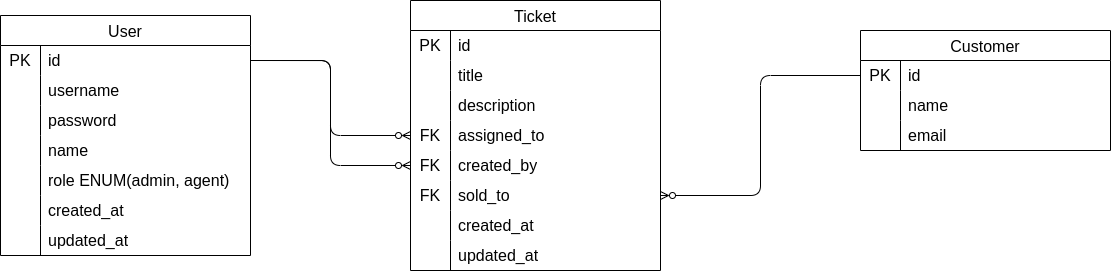
The draw.io diagram diagrams/erd.drawio.png in MoWafy001/softxpert-tickets-django, before a commit. Source tidied: cells renumbered, new cells last; positions are measured from the earlier drawing's top-left corner, leaving out a move shared by most shapes. Its diagram source:
```xml
<mxGraphModel>
  <root>
    <mxCell id="0" />
    <mxCell id="1" parent="0" />
    <mxCell id="2" value="User" style="shape=table;startSize=30;rowLines=0;fontStyle=0;strokeColor=default;fontSize=16;" parent="1" vertex="1">
      <mxGeometry y="15" width="250" height="240" as="geometry" />
    </mxCell>
    <mxCell id="3" style="shape=tableRow;horizontal=0;startSize=0;swimlaneHead=0;swimlaneBody=0;top=0;left=0;bottom=0;right=0;fillColor=none;points=[[0,0.5],[1,0.5]];portConstraint=eastwest;strokeColor=inherit;fontSize=16;" parent="2" vertex="1">
      <mxGeometry y="30" width="250" height="30" as="geometry" />
    </mxCell>
    <mxCell id="4" value="PK" style="shape=partialRectangle;html=1;whiteSpace=wrap;fillColor=none;top=0;left=0;bottom=0;right=0;overflow=hidden;strokeColor=inherit;fontSize=16;" parent="3" vertex="1">
      <mxGeometry width="40" height="30" as="geometry" />
    </mxCell>
    <mxCell id="5" value="id" style="shape=partialRectangle;html=1;whiteSpace=wrap;fillColor=none;top=0;left=0;bottom=0;right=0;align=left;spacingLeft=6;overflow=hidden;strokeColor=inherit;fontSize=16;" parent="3" vertex="1">
      <mxGeometry x="40" width="210" height="30" as="geometry" />
    </mxCell>
    <mxCell id="6" style="shape=tableRow;horizontal=0;startSize=0;swimlaneHead=0;swimlaneBody=0;top=0;left=0;bottom=0;right=0;fillColor=none;strokeColor=inherit;fontSize=16;" parent="2" vertex="1">
      <mxGeometry y="60" width="250" height="30" as="geometry" />
    </mxCell>
    <mxCell id="7" style="shape=partialRectangle;html=1;whiteSpace=wrap;fillColor=none;top=0;left=0;bottom=0;right=0;overflow=hidden;strokeColor=inherit;fontSize=16;" parent="6" vertex="1">
      <mxGeometry width="40" height="30" as="geometry" />
    </mxCell>
    <mxCell id="8" value="username" style="shape=partialRectangle;html=1;whiteSpace=wrap;fillColor=none;top=0;left=0;bottom=0;right=0;align=left;spacingLeft=6;overflow=hidden;strokeColor=inherit;fontSize=16;" parent="6" vertex="1">
      <mxGeometry x="40" width="210" height="30" as="geometry" />
    </mxCell>
    <mxCell id="9" style="shape=tableRow;horizontal=0;startSize=0;swimlaneHead=0;swimlaneBody=0;top=0;left=0;bottom=0;right=0;fillColor=none;strokeColor=inherit;fontSize=16;" parent="2" vertex="1">
      <mxGeometry y="90" width="250" height="30" as="geometry" />
    </mxCell>
    <mxCell id="10" style="shape=partialRectangle;html=1;whiteSpace=wrap;fillColor=none;top=0;left=0;bottom=0;right=0;overflow=hidden;strokeColor=inherit;fontSize=16;" parent="9" vertex="1">
      <mxGeometry width="40" height="30" as="geometry" />
    </mxCell>
    <mxCell id="11" value="password" style="shape=partialRectangle;html=1;whiteSpace=wrap;fillColor=none;top=0;left=0;bottom=0;right=0;align=left;spacingLeft=6;overflow=hidden;strokeColor=inherit;fontSize=16;" parent="9" vertex="1">
      <mxGeometry x="40" width="210" height="30" as="geometry" />
    </mxCell>
    <mxCell id="12" style="shape=tableRow;horizontal=0;startSize=0;swimlaneHead=0;swimlaneBody=0;top=0;left=0;bottom=0;right=0;fillColor=none;strokeColor=inherit;fontSize=16;" parent="2" vertex="1">
      <mxGeometry y="120" width="250" height="30" as="geometry" />
    </mxCell>
    <mxCell id="13" style="shape=partialRectangle;html=1;whiteSpace=wrap;fillColor=none;top=0;left=0;bottom=0;right=0;overflow=hidden;strokeColor=inherit;fontSize=16;" parent="12" vertex="1">
      <mxGeometry width="40" height="30" as="geometry" />
    </mxCell>
    <mxCell id="14" value="name" style="shape=partialRectangle;html=1;whiteSpace=wrap;fillColor=none;top=0;left=0;bottom=0;right=0;align=left;spacingLeft=6;overflow=hidden;strokeColor=inherit;fontSize=16;" parent="12" vertex="1">
      <mxGeometry x="40" width="210" height="30" as="geometry" />
    </mxCell>
    <mxCell id="15" style="shape=tableRow;horizontal=0;startSize=0;swimlaneHead=0;swimlaneBody=0;top=0;left=0;bottom=0;right=0;fillColor=none;strokeColor=inherit;fontSize=16;" parent="2" vertex="1">
      <mxGeometry y="150" width="250" height="30" as="geometry" />
    </mxCell>
    <mxCell id="16" style="shape=partialRectangle;html=1;whiteSpace=wrap;fillColor=none;top=0;left=0;bottom=0;right=0;overflow=hidden;strokeColor=inherit;fontSize=16;" parent="15" vertex="1">
      <mxGeometry width="40" height="30" as="geometry" />
    </mxCell>
    <mxCell id="17" value="role ENUM(admin, agent)" style="shape=partialRectangle;html=1;whiteSpace=wrap;fillColor=none;top=0;left=0;bottom=0;right=0;align=left;spacingLeft=6;overflow=hidden;strokeColor=inherit;fontSize=16;" parent="15" vertex="1">
      <mxGeometry x="40" width="210" height="30" as="geometry" />
    </mxCell>
    <mxCell id="18" style="shape=tableRow;horizontal=0;startSize=0;swimlaneHead=0;swimlaneBody=0;top=0;left=0;bottom=0;right=0;fillColor=none;strokeColor=inherit;fontSize=16;" parent="2" vertex="1">
      <mxGeometry y="180" width="250" height="30" as="geometry" />
    </mxCell>
    <mxCell id="19" style="shape=partialRectangle;html=1;whiteSpace=wrap;fillColor=none;top=0;left=0;bottom=0;right=0;overflow=hidden;strokeColor=inherit;fontSize=16;" parent="18" vertex="1">
      <mxGeometry width="40" height="30" as="geometry" />
    </mxCell>
    <mxCell id="20" value="created_at" style="shape=partialRectangle;html=1;whiteSpace=wrap;fillColor=none;top=0;left=0;bottom=0;right=0;align=left;spacingLeft=6;overflow=hidden;strokeColor=inherit;fontSize=16;" parent="18" vertex="1">
      <mxGeometry x="40" width="210" height="30" as="geometry" />
    </mxCell>
    <mxCell id="21" style="shape=tableRow;horizontal=0;startSize=0;swimlaneHead=0;swimlaneBody=0;top=0;left=0;bottom=0;right=0;fillColor=none;strokeColor=inherit;fontSize=16;" parent="2" vertex="1">
      <mxGeometry y="210" width="250" height="30" as="geometry" />
    </mxCell>
    <mxCell id="22" style="shape=partialRectangle;html=1;whiteSpace=wrap;fillColor=none;top=0;left=0;bottom=0;right=0;overflow=hidden;strokeColor=inherit;fontSize=16;" parent="21" vertex="1">
      <mxGeometry width="40" height="30" as="geometry" />
    </mxCell>
    <mxCell id="23" value="updated_at" style="shape=partialRectangle;html=1;whiteSpace=wrap;fillColor=none;top=0;left=0;bottom=0;right=0;align=left;spacingLeft=6;overflow=hidden;strokeColor=inherit;fontSize=16;" parent="21" vertex="1">
      <mxGeometry x="40" width="210" height="30" as="geometry" />
    </mxCell>
    <mxCell id="24" value="Ticket" style="shape=table;startSize=30;rowLines=0;fontStyle=0;strokeColor=default;fontSize=16;" parent="1" vertex="1">
      <mxGeometry x="410" width="250" height="270" as="geometry" />
    </mxCell>
    <mxCell id="25" style="shape=tableRow;horizontal=0;startSize=0;swimlaneHead=0;swimlaneBody=0;top=0;left=0;bottom=0;right=0;fillColor=none;strokeColor=inherit;fontSize=16;" parent="24" vertex="1">
      <mxGeometry y="30" width="250" height="30" as="geometry" />
    </mxCell>
    <mxCell id="26" value="PK" style="shape=partialRectangle;html=1;whiteSpace=wrap;fillColor=none;top=0;left=0;bottom=0;right=0;overflow=hidden;strokeColor=inherit;fontSize=16;" parent="25" vertex="1">
      <mxGeometry width="40" height="30" as="geometry" />
    </mxCell>
    <mxCell id="27" value="id" style="shape=partialRectangle;html=1;whiteSpace=wrap;fillColor=none;top=0;left=0;bottom=0;right=0;align=left;spacingLeft=6;overflow=hidden;strokeColor=inherit;fontSize=16;" parent="25" vertex="1">
      <mxGeometry x="40" width="210" height="30" as="geometry" />
    </mxCell>
    <mxCell id="28" style="shape=tableRow;horizontal=0;startSize=0;swimlaneHead=0;swimlaneBody=0;top=0;left=0;bottom=0;right=0;fillColor=none;strokeColor=inherit;fontSize=16;" parent="24" vertex="1">
      <mxGeometry y="60" width="250" height="30" as="geometry" />
    </mxCell>
    <mxCell id="29" style="shape=partialRectangle;html=1;whiteSpace=wrap;fillColor=none;top=0;left=0;bottom=0;right=0;overflow=hidden;strokeColor=inherit;fontSize=16;" parent="28" vertex="1">
      <mxGeometry width="40" height="30" as="geometry" />
    </mxCell>
    <mxCell id="30" value="title" style="shape=partialRectangle;html=1;whiteSpace=wrap;fillColor=none;top=0;left=0;bottom=0;right=0;align=left;spacingLeft=6;overflow=hidden;strokeColor=inherit;fontSize=16;" parent="28" vertex="1">
      <mxGeometry x="40" width="210" height="30" as="geometry" />
    </mxCell>
    <mxCell id="31" style="shape=tableRow;horizontal=0;startSize=0;swimlaneHead=0;swimlaneBody=0;top=0;left=0;bottom=0;right=0;fillColor=none;strokeColor=inherit;fontSize=16;" parent="24" vertex="1">
      <mxGeometry y="90" width="250" height="30" as="geometry" />
    </mxCell>
    <mxCell id="32" style="shape=partialRectangle;html=1;whiteSpace=wrap;fillColor=none;top=0;left=0;bottom=0;right=0;overflow=hidden;strokeColor=inherit;fontSize=16;" parent="31" vertex="1">
      <mxGeometry width="40" height="30" as="geometry" />
    </mxCell>
    <mxCell id="33" value="description" style="shape=partialRectangle;html=1;whiteSpace=wrap;fillColor=none;top=0;left=0;bottom=0;right=0;align=left;spacingLeft=6;overflow=hidden;strokeColor=inherit;fontSize=16;" parent="31" vertex="1">
      <mxGeometry x="40" width="210" height="30" as="geometry" />
    </mxCell>
    <mxCell id="34" style="shape=tableRow;horizontal=0;startSize=0;swimlaneHead=0;swimlaneBody=0;top=0;left=0;bottom=0;right=0;fillColor=none;points=[[0,0.5],[1,0.5]];portConstraint=eastwest;strokeColor=inherit;fontSize=16;" parent="24" vertex="1">
      <mxGeometry y="120" width="250" height="30" as="geometry" />
    </mxCell>
    <mxCell id="35" value="FK" style="shape=partialRectangle;html=1;whiteSpace=wrap;fillColor=none;top=0;left=0;bottom=0;right=0;overflow=hidden;strokeColor=inherit;fontSize=16;" parent="34" vertex="1">
      <mxGeometry width="40" height="30" as="geometry" />
    </mxCell>
    <mxCell id="36" value="assigned_to" style="shape=partialRectangle;html=1;whiteSpace=wrap;fillColor=none;top=0;left=0;bottom=0;right=0;align=left;spacingLeft=6;overflow=hidden;strokeColor=inherit;fontSize=16;" parent="34" vertex="1">
      <mxGeometry x="40" width="210" height="30" as="geometry" />
    </mxCell>
    <mxCell id="37" style="shape=tableRow;horizontal=0;startSize=0;swimlaneHead=0;swimlaneBody=0;top=0;left=0;bottom=0;right=0;fillColor=none;points=[[0,0.5],[1,0.5]];portConstraint=eastwest;strokeColor=inherit;fontSize=16;" parent="24" vertex="1">
      <mxGeometry y="150" width="250" height="30" as="geometry" />
    </mxCell>
    <mxCell id="38" value="FK" style="shape=partialRectangle;html=1;whiteSpace=wrap;fillColor=none;top=0;left=0;bottom=0;right=0;overflow=hidden;strokeColor=inherit;fontSize=16;" parent="37" vertex="1">
      <mxGeometry width="40" height="30" as="geometry" />
    </mxCell>
    <mxCell id="39" value="created_by" style="shape=partialRectangle;html=1;whiteSpace=wrap;fillColor=none;top=0;left=0;bottom=0;right=0;align=left;spacingLeft=6;overflow=hidden;strokeColor=inherit;fontSize=16;" parent="37" vertex="1">
      <mxGeometry x="40" width="210" height="30" as="geometry" />
    </mxCell>
    <mxCell id="40" style="shape=tableRow;horizontal=0;startSize=0;swimlaneHead=0;swimlaneBody=0;top=0;left=0;bottom=0;right=0;fillColor=none;points=[[0,0.5],[1,0.5]];portConstraint=eastwest;strokeColor=inherit;fontSize=16;" parent="24" vertex="1">
      <mxGeometry y="180" width="250" height="30" as="geometry" />
    </mxCell>
    <mxCell id="41" value="FK" style="shape=partialRectangle;html=1;whiteSpace=wrap;fillColor=none;top=0;left=0;bottom=0;right=0;overflow=hidden;strokeColor=inherit;fontSize=16;" parent="40" vertex="1">
      <mxGeometry width="40" height="30" as="geometry" />
    </mxCell>
    <mxCell id="42" value="sold_to" style="shape=partialRectangle;html=1;whiteSpace=wrap;fillColor=none;top=0;left=0;bottom=0;right=0;align=left;spacingLeft=6;overflow=hidden;strokeColor=inherit;fontSize=16;" parent="40" vertex="1">
      <mxGeometry x="40" width="210" height="30" as="geometry" />
    </mxCell>
    <mxCell id="43" style="shape=tableRow;horizontal=0;startSize=0;swimlaneHead=0;swimlaneBody=0;top=0;left=0;bottom=0;right=0;fillColor=none;strokeColor=inherit;fontSize=16;" parent="24" vertex="1">
      <mxGeometry y="210" width="250" height="30" as="geometry" />
    </mxCell>
    <mxCell id="44" style="shape=partialRectangle;html=1;whiteSpace=wrap;fillColor=none;top=0;left=0;bottom=0;right=0;overflow=hidden;strokeColor=inherit;fontSize=16;" parent="43" vertex="1">
      <mxGeometry width="40" height="30" as="geometry" />
    </mxCell>
    <mxCell id="45" value="created_at" style="shape=partialRectangle;html=1;whiteSpace=wrap;fillColor=none;top=0;left=0;bottom=0;right=0;align=left;spacingLeft=6;overflow=hidden;strokeColor=inherit;fontSize=16;" parent="43" vertex="1">
      <mxGeometry x="40" width="210" height="30" as="geometry" />
    </mxCell>
    <mxCell id="46" style="shape=tableRow;horizontal=0;startSize=0;swimlaneHead=0;swimlaneBody=0;top=0;left=0;bottom=0;right=0;fillColor=none;strokeColor=inherit;fontSize=16;" parent="24" vertex="1">
      <mxGeometry y="240" width="250" height="30" as="geometry" />
    </mxCell>
    <mxCell id="47" style="shape=partialRectangle;html=1;whiteSpace=wrap;fillColor=none;top=0;left=0;bottom=0;right=0;overflow=hidden;strokeColor=inherit;fontSize=16;" parent="46" vertex="1">
      <mxGeometry width="40" height="30" as="geometry" />
    </mxCell>
    <mxCell id="48" value="updated_at" style="shape=partialRectangle;html=1;whiteSpace=wrap;fillColor=none;top=0;left=0;bottom=0;right=0;align=left;spacingLeft=6;overflow=hidden;strokeColor=inherit;fontSize=16;" parent="46" vertex="1">
      <mxGeometry x="40" width="210" height="30" as="geometry" />
    </mxCell>
    <mxCell id="49" style="edgeStyle=orthogonalEdgeStyle;html=1;entryX=1;entryY=0.5;entryDx=0;entryDy=0;exitX=0;exitY=0.5;exitDx=0;exitDy=0;startArrow=ERzeroToMany;startFill=0;endArrow=none;endFill=0;" parent="1" edge="1" source="34" target="3">
      <mxGeometry relative="1" as="geometry" />
    </mxCell>
    <mxCell id="50" style="edgeStyle=orthogonalEdgeStyle;shape=connector;rounded=1;html=1;entryX=1;entryY=0.5;entryDx=0;entryDy=0;strokeColor=default;align=center;verticalAlign=middle;fontFamily=Helvetica;fontSize=11;fontColor=default;labelBackgroundColor=default;endArrow=none;startArrow=ERzeroToMany;startFill=0;endFill=0;" parent="1" edge="1" source="37" target="3">
      <mxGeometry relative="1" as="geometry" />
    </mxCell>
    <mxCell id="51" value="Customer" style="shape=table;startSize=30;rowLines=0;fontStyle=0;strokeColor=default;fontSize=16;" parent="1" vertex="1">
      <mxGeometry x="860" y="30" width="250" height="120" as="geometry" />
    </mxCell>
    <mxCell id="52" style="shape=tableRow;horizontal=0;startSize=0;swimlaneHead=0;swimlaneBody=0;top=0;left=0;bottom=0;right=0;fillColor=none;points=[[0,0.5],[1,0.5]];portConstraint=eastwest;strokeColor=inherit;fontSize=16;" parent="51" vertex="1">
      <mxGeometry y="30" width="250" height="30" as="geometry" />
    </mxCell>
    <mxCell id="53" value="PK" style="shape=partialRectangle;html=1;whiteSpace=wrap;fillColor=none;top=0;left=0;bottom=0;right=0;overflow=hidden;strokeColor=inherit;fontSize=16;" parent="52" vertex="1">
      <mxGeometry width="40" height="30" as="geometry" />
    </mxCell>
    <mxCell id="54" value="id" style="shape=partialRectangle;html=1;whiteSpace=wrap;fillColor=none;top=0;left=0;bottom=0;right=0;align=left;spacingLeft=6;overflow=hidden;strokeColor=inherit;fontSize=16;" parent="52" vertex="1">
      <mxGeometry x="40" width="210" height="30" as="geometry" />
    </mxCell>
    <mxCell id="55" style="shape=tableRow;horizontal=0;startSize=0;swimlaneHead=0;swimlaneBody=0;top=0;left=0;bottom=0;right=0;fillColor=none;strokeColor=inherit;fontSize=16;" parent="51" vertex="1">
      <mxGeometry y="60" width="250" height="30" as="geometry" />
    </mxCell>
    <mxCell id="56" style="shape=partialRectangle;html=1;whiteSpace=wrap;fillColor=none;top=0;left=0;bottom=0;right=0;overflow=hidden;strokeColor=inherit;fontSize=16;" parent="55" vertex="1">
      <mxGeometry width="40" height="30" as="geometry" />
    </mxCell>
    <mxCell id="57" value="name" style="shape=partialRectangle;html=1;whiteSpace=wrap;fillColor=none;top=0;left=0;bottom=0;right=0;align=left;spacingLeft=6;overflow=hidden;strokeColor=inherit;fontSize=16;" parent="55" vertex="1">
      <mxGeometry x="40" width="210" height="30" as="geometry" />
    </mxCell>
    <mxCell id="58" style="shape=tableRow;horizontal=0;startSize=0;swimlaneHead=0;swimlaneBody=0;top=0;left=0;bottom=0;right=0;fillColor=none;strokeColor=inherit;fontSize=16;" parent="51" vertex="1">
      <mxGeometry y="90" width="250" height="30" as="geometry" />
    </mxCell>
    <mxCell id="59" style="shape=partialRectangle;html=1;whiteSpace=wrap;fillColor=none;top=0;left=0;bottom=0;right=0;overflow=hidden;strokeColor=inherit;fontSize=16;" parent="58" vertex="1">
      <mxGeometry width="40" height="30" as="geometry" />
    </mxCell>
    <mxCell id="60" value="email" style="shape=partialRectangle;html=1;whiteSpace=wrap;fillColor=none;top=0;left=0;bottom=0;right=0;align=left;spacingLeft=6;overflow=hidden;strokeColor=inherit;fontSize=16;" parent="58" vertex="1">
      <mxGeometry x="40" width="210" height="30" as="geometry" />
    </mxCell>
    <mxCell id="61" style="edgeStyle=orthogonalEdgeStyle;shape=connector;rounded=1;html=1;entryX=0;entryY=0.5;entryDx=0;entryDy=0;strokeColor=default;align=center;verticalAlign=middle;fontFamily=Helvetica;fontSize=11;fontColor=default;labelBackgroundColor=default;endArrow=none;endFill=0;startArrow=ERzeroToMany;startFill=0;" parent="1" edge="1" source="40" target="52">
      <mxGeometry relative="1" as="geometry" />
    </mxCell>
  </root>
</mxGraphModel>
```
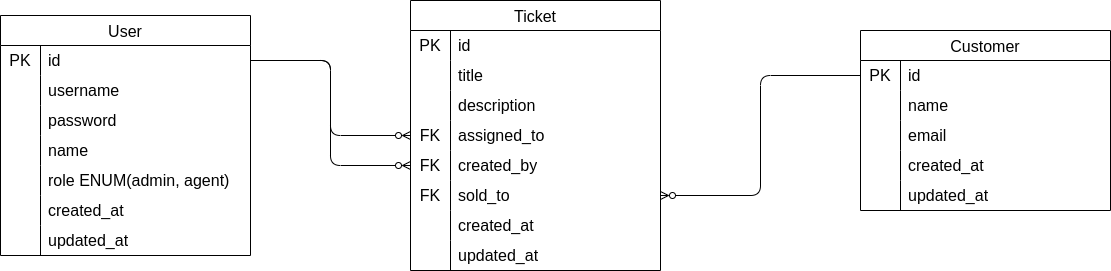
Later version of the same file.

Commit message:
feat: add customer seeding functionality to the seed_all command

Change to the diagram source:
```diff
@@ -150,7 +150,7 @@
       <mxGeometry relative="1" as="geometry" />
     </mxCell>
     <mxCell id="51" value="Customer" style="shape=table;startSize=30;rowLines=0;fontStyle=0;strokeColor=default;fontSize=16;" parent="1" vertex="1">
-      <mxGeometry x="860" y="30" width="250" height="120" as="geometry" />
+      <mxGeometry x="860" y="30" width="250" height="180" as="geometry" />
     </mxCell>
     <mxCell id="52" style="shape=tableRow;horizontal=0;startSize=0;swimlaneHead=0;swimlaneBody=0;top=0;left=0;bottom=0;right=0;fillColor=none;points=[[0,0.5],[1,0.5]];portConstraint=eastwest;strokeColor=inherit;fontSize=16;" parent="51" vertex="1">
       <mxGeometry y="30" width="250" height="30" as="geometry" />
@@ -179,6 +179,24 @@
     <mxCell id="60" value="email" style="shape=partialRectangle;html=1;whiteSpace=wrap;fillColor=none;top=0;left=0;bottom=0;right=0;align=left;spacingLeft=6;overflow=hidden;strokeColor=inherit;fontSize=16;" parent="58" vertex="1">
       <mxGeometry x="40" width="210" height="30" as="geometry" />
     </mxCell>
+    <mxCell id="62" style="shape=tableRow;horizontal=0;startSize=0;swimlaneHead=0;swimlaneBody=0;top=0;left=0;bottom=0;right=0;fillColor=none;strokeColor=inherit;fontSize=16;" parent="51" vertex="1">
+      <mxGeometry y="120" width="250" height="30" as="geometry" />
+    </mxCell>
+    <mxCell id="63" style="shape=partialRectangle;html=1;whiteSpace=wrap;fillColor=none;top=0;left=0;bottom=0;right=0;overflow=hidden;strokeColor=inherit;fontSize=16;" parent="62" vertex="1">
+      <mxGeometry width="40" height="30" as="geometry" />
+    </mxCell>
+    <mxCell id="64" value="created_at" style="shape=partialRectangle;html=1;whiteSpace=wrap;fillColor=none;top=0;left=0;bottom=0;right=0;align=left;spacingLeft=6;overflow=hidden;strokeColor=inherit;fontSize=16;" parent="62" vertex="1">
+      <mxGeometry x="40" width="210" height="30" as="geometry" />
+    </mxCell>
+    <mxCell id="65" style="shape=tableRow;horizontal=0;startSize=0;swimlaneHead=0;swimlaneBody=0;top=0;left=0;bottom=0;right=0;fillColor=none;strokeColor=inherit;fontSize=16;" parent="51" vertex="1">
+      <mxGeometry y="150" width="250" height="30" as="geometry" />
+    </mxCell>
+    <mxCell id="66" style="shape=partialRectangle;html=1;whiteSpace=wrap;fillColor=none;top=0;left=0;bottom=0;right=0;overflow=hidden;strokeColor=inherit;fontSize=16;" parent="65" vertex="1">
+      <mxGeometry width="40" height="30" as="geometry" />
+    </mxCell>
+    <mxCell id="67" value="updated_at" style="shape=partialRectangle;html=1;whiteSpace=wrap;fillColor=none;top=0;left=0;bottom=0;right=0;align=left;spacingLeft=6;overflow=hidden;strokeColor=inherit;fontSize=16;" parent="65" vertex="1">
+      <mxGeometry x="40" width="210" height="30" as="geometry" />
+    </mxCell>
     <mxCell id="61" style="edgeStyle=orthogonalEdgeStyle;shape=connector;rounded=1;html=1;entryX=0;entryY=0.5;entryDx=0;entryDy=0;strokeColor=default;align=center;verticalAlign=middle;fontFamily=Helvetica;fontSize=11;fontColor=default;labelBackgroundColor=default;endArrow=none;endFill=0;startArrow=ERzeroToMany;startFill=0;" parent="1" edge="1" source="40" target="52">
       <mxGeometry relative="1" as="geometry" />
     </mxCell>
```
